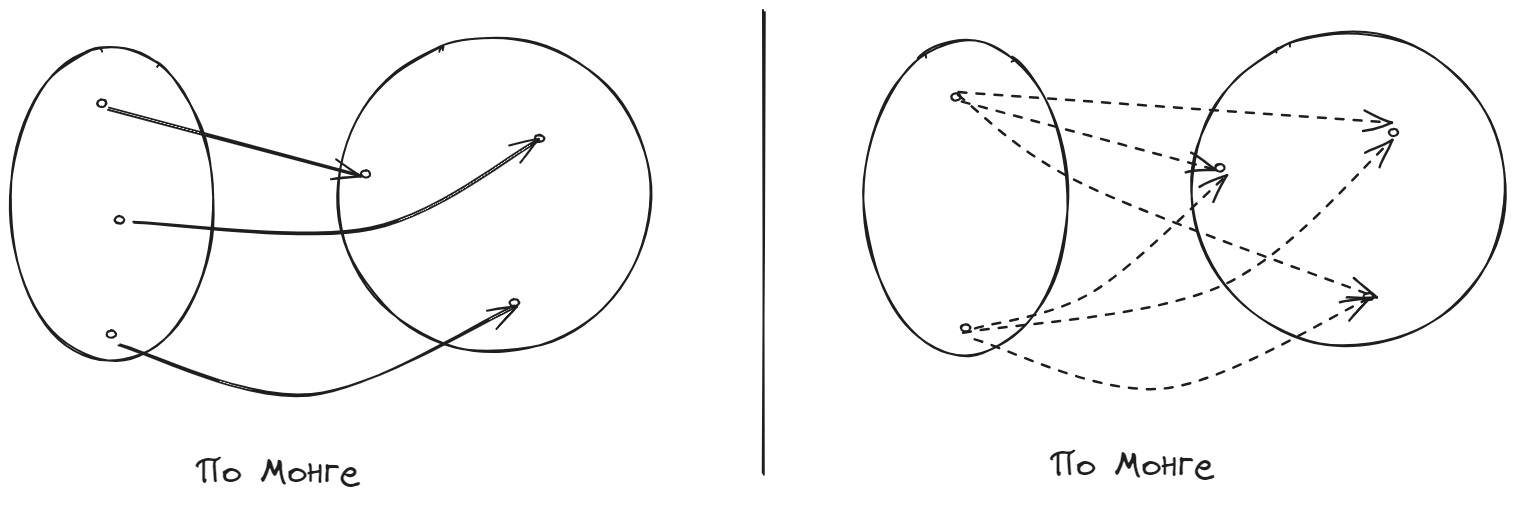
Earlier version of the Excalidraw export diplom/assets/ml/generation/optimal_transport.excalidraw.png (NMashalov/EducationGenerativeModelApplication). Source tidied: one line per element, renumbered; positions are measured from the earlier drawing's top-left corner, leaving out a move shared by most shapes. Source of this version:
```json
{"id": 0, "type": "ellipse", "strokeColor": "#1e1e1e", "strokeWidth": 2, "roughness": 1, "round": true, "x": 0, "y": 36, "width": 204, "height": 314}
{"id": 1, "type": "ellipse", "strokeColor": "#1e1e1e", "strokeWidth": 2, "roughness": 1, "round": true, "x": 87, "y": 89, "width": 9, "height": 7}
{"id": 2, "type": "arrow", "strokeColor": "#1e1e1e", "strokeWidth": 2, "roughness": 1, "endArrowhead": "arrow", "round": true, "from": 1, "x": 98, "y": 98, "width": 254, "height": 68, "points": [[0, 0], [254, 68]]}
{"id": 3, "type": "ellipse", "strokeColor": "#1e1e1e", "strokeWidth": 2, "roughness": 1, "round": true, "x": 328, "y": 27, "width": 314, "height": 314}
{"id": 4, "type": "ellipse", "strokeColor": "#1e1e1e", "strokeWidth": 2, "roughness": 1, "round": true, "x": 351, "y": 160, "width": 9, "height": 7}
{"id": 5, "type": "ellipse", "strokeColor": "#1e1e1e", "strokeWidth": 2, "roughness": 1, "round": true, "x": 97, "y": 320, "width": 9, "height": 7}
{"id": 6, "type": "ellipse", "strokeColor": "#1e1e1e", "strokeWidth": 2, "roughness": 1, "round": true, "x": 525, "y": 124, "width": 9, "height": 7}
{"id": 7, "type": "ellipse", "strokeColor": "#1e1e1e", "strokeWidth": 2, "roughness": 1, "round": true, "x": 105, "y": 205, "width": 9, "height": 7}
{"id": 8, "type": "arrow", "strokeColor": "#1e1e1e", "strokeWidth": 2, "roughness": 1, "endArrowhead": "arrow", "round": true, "from": 7, "x": 123, "y": 212, "width": 407, "height": 90, "points": [[0, 0], [238, 6], [407, -83]]}
{"id": 9, "type": "ellipse", "strokeColor": "#1e1e1e", "strokeWidth": 2, "roughness": 1, "round": true, "x": 500, "y": 288, "width": 9, "height": 7}
{"id": 10, "type": "arrow", "strokeColor": "#1e1e1e", "strokeWidth": 2, "roughness": 1, "endArrowhead": "arrow", "round": true, "from": 5, "x": 110, "y": 335, "width": 396, "height": 90, "points": [[0, 0], [190, 50], [396, -40]]}
{"id": 11, "type": "line", "strokeColor": "#1e1e1e", "strokeWidth": 2, "roughness": 1, "round": true, "x": 754, "y": 0, "width": 0, "height": 463, "points": [[0, 0], [0, 463]]}
{"id": 12, "type": "text", "text": "По Монге", "strokeColor": "#1e1e1e", "strokeWidth": 2, "roughness": 1, "fontSize": 36, "fontFamily": 1, "x": 185, "y": 440, "width": 165, "height": 45}
{"id": 13, "type": "ellipse", "strokeColor": "#1e1e1e", "strokeWidth": 2, "roughness": 1, "round": true, "x": 854, "y": 30, "width": 204, "height": 314}
{"id": 14, "type": "ellipse", "strokeColor": "#1e1e1e", "strokeWidth": 2, "roughness": 1, "round": true, "x": 941, "y": 83, "width": 9, "height": 7}
{"id": 15, "type": "arrow", "strokeColor": "#1e1e1e", "strokeWidth": 2, "strokeStyle": "dashed", "roughness": 1, "endArrowhead": "arrow", "round": true, "from": 14, "x": 953, "y": 92, "width": 254, "height": 68, "points": [[0, 0], [254, 68]]}
{"id": 16, "type": "ellipse", "strokeColor": "#1e1e1e", "strokeWidth": 2, "roughness": 1, "round": true, "x": 1182, "y": 21, "width": 314, "height": 314}
{"id": 17, "type": "ellipse", "strokeColor": "#1e1e1e", "strokeWidth": 2, "roughness": 1, "round": true, "x": 1205, "y": 154, "width": 9, "height": 7}
{"id": 18, "type": "ellipse", "strokeColor": "#1e1e1e", "strokeWidth": 2, "roughness": 1, "round": true, "x": 951, "y": 314, "width": 9, "height": 7}
{"id": 19, "type": "ellipse", "strokeColor": "#1e1e1e", "strokeWidth": 2, "roughness": 1, "round": true, "x": 1379, "y": 118, "width": 9, "height": 7}
{"id": 20, "type": "ellipse", "strokeColor": "#1e1e1e", "strokeWidth": 2, "roughness": 1, "round": true, "x": 1354, "y": 282, "width": 9, "height": 7}
{"id": 21, "type": "arrow", "strokeColor": "#1e1e1e", "strokeWidth": 2, "strokeStyle": "dashed", "roughness": 1, "endArrowhead": "arrow", "round": true, "from": 18, "x": 964, "y": 328, "width": 396, "height": 90, "points": [[0, 0], [190, 50], [396, -40]]}
{"id": 22, "type": "text", "text": "По Монге", "strokeColor": "#1e1e1e", "strokeWidth": 2, "roughness": 1, "fontSize": 36, "fontFamily": 1, "x": 1039, "y": 434, "width": 165, "height": 45}
{"id": 23, "type": "arrow", "strokeColor": "#1e1e1e", "strokeWidth": 2, "strokeStyle": "dashed", "roughness": 1, "endArrowhead": "arrow", "round": true, "from": 14, "to": 19, "x": 948, "y": 81, "width": 433, "height": 31, "points": [[0, 0], [433, 31]]}
{"id": 24, "type": "arrow", "strokeColor": "#1e1e1e", "strokeWidth": 2, "strokeStyle": "dashed", "roughness": 1, "endArrowhead": "arrow", "round": true, "to": 20, "x": 949, "y": 84, "width": 418, "height": 202, "points": [[0, 0], [124, 89], [418, 202]]}
{"id": 25, "type": "arrow", "strokeColor": "#1e1e1e", "strokeWidth": 2, "strokeStyle": "dashed", "roughness": 1, "endArrowhead": "arrow", "round": true, "from": 18, "to": 17, "x": 966, "y": 318, "width": 252, "height": 153, "points": [[0, 0], [118, -36], [252, -153]]}
{"id": 26, "type": "arrow", "strokeColor": "#1e1e1e", "strokeWidth": 2, "strokeStyle": "dashed", "roughness": 1, "endArrowhead": "arrow", "round": true, "from": 18, "to": 19, "x": 954, "y": 323, "width": 427, "height": 194, "points": [[0, 0], [257, -48], [427, -194]]}
```
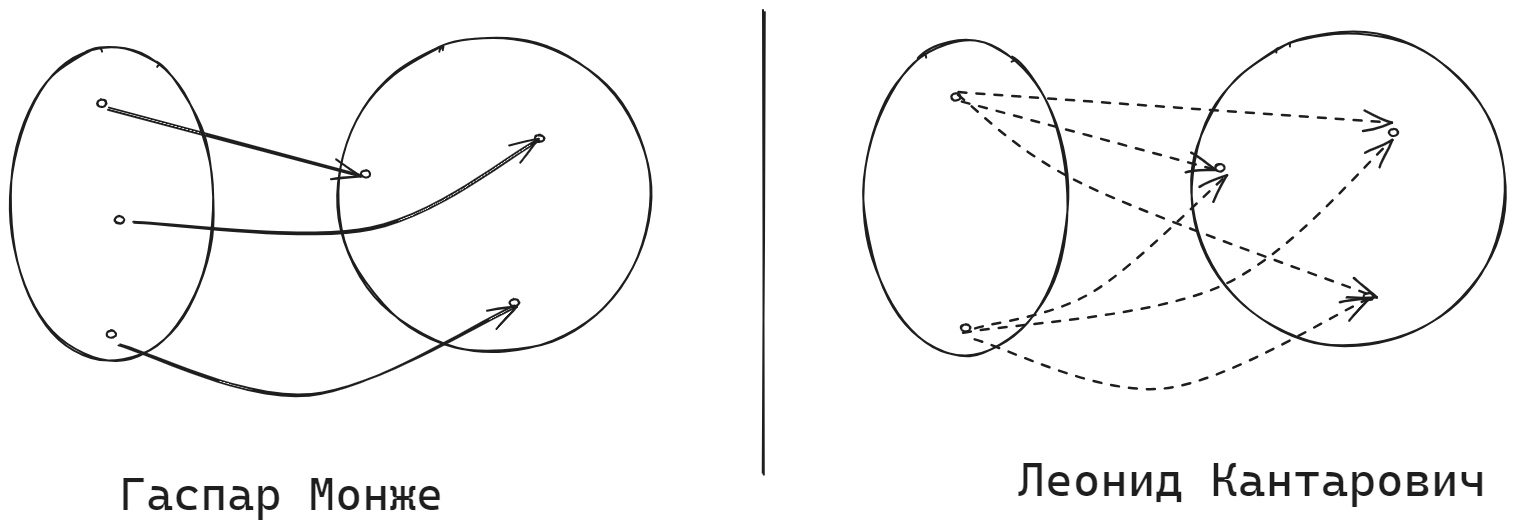
After the commit.

Change to the diagram source:
```diff
@@ -10,7 +10,6 @@
 {"id": 9, "type": "ellipse", "strokeColor": "#1e1e1e", "strokeWidth": 2, "roughness": 1, "round": true, "x": 500, "y": 288, "width": 9, "height": 7}
 {"id": 10, "type": "arrow", "strokeColor": "#1e1e1e", "strokeWidth": 2, "roughness": 1, "endArrowhead": "arrow", "round": true, "from": 5, "x": 110, "y": 335, "width": 396, "height": 90, "points": [[0, 0], [190, 50], [396, -40]]}
 {"id": 11, "type": "line", "strokeColor": "#1e1e1e", "strokeWidth": 2, "roughness": 1, "round": true, "x": 754, "y": 0, "width": 0, "height": 463, "points": [[0, 0], [0, 463]]}
-{"id": 12, "type": "text", "text": "По Монге", "strokeColor": "#1e1e1e", "strokeWidth": 2, "roughness": 1, "fontSize": 36, "fontFamily": 1, "x": 185, "y": 440, "width": 165, "height": 45}
 {"id": 13, "type": "ellipse", "strokeColor": "#1e1e1e", "strokeWidth": 2, "roughness": 1, "round": true, "x": 854, "y": 30, "width": 204, "height": 314}
 {"id": 14, "type": "ellipse", "strokeColor": "#1e1e1e", "strokeWidth": 2, "roughness": 1, "round": true, "x": 941, "y": 83, "width": 9, "height": 7}
 {"id": 15, "type": "arrow", "strokeColor": "#1e1e1e", "strokeWidth": 2, "strokeStyle": "dashed", "roughness": 1, "endArrowhead": "arrow", "round": true, "from": 14, "x": 953, "y": 92, "width": 254, "height": 68, "points": [[0, 0], [254, 68]]}
@@ -20,8 +19,9 @@
 {"id": 19, "type": "ellipse", "strokeColor": "#1e1e1e", "strokeWidth": 2, "roughness": 1, "round": true, "x": 1379, "y": 118, "width": 9, "height": 7}
 {"id": 20, "type": "ellipse", "strokeColor": "#1e1e1e", "strokeWidth": 2, "roughness": 1, "round": true, "x": 1354, "y": 282, "width": 9, "height": 7}
 {"id": 21, "type": "arrow", "strokeColor": "#1e1e1e", "strokeWidth": 2, "strokeStyle": "dashed", "roughness": 1, "endArrowhead": "arrow", "round": true, "from": 18, "x": 964, "y": 328, "width": 396, "height": 90, "points": [[0, 0], [190, 50], [396, -40]]}
-{"id": 22, "type": "text", "text": "По Монге", "strokeColor": "#1e1e1e", "strokeWidth": 2, "roughness": 1, "fontSize": 36, "fontFamily": 1, "x": 1039, "y": 434, "width": 165, "height": 45}
 {"id": 23, "type": "arrow", "strokeColor": "#1e1e1e", "strokeWidth": 2, "strokeStyle": "dashed", "roughness": 1, "endArrowhead": "arrow", "round": true, "from": 14, "to": 19, "x": 948, "y": 81, "width": 433, "height": 31, "points": [[0, 0], [433, 31]]}
 {"id": 24, "type": "arrow", "strokeColor": "#1e1e1e", "strokeWidth": 2, "strokeStyle": "dashed", "roughness": 1, "endArrowhead": "arrow", "round": true, "to": 20, "x": 949, "y": 84, "width": 418, "height": 202, "points": [[0, 0], [124, 89], [418, 202]]}
 {"id": 25, "type": "arrow", "strokeColor": "#1e1e1e", "strokeWidth": 2, "strokeStyle": "dashed", "roughness": 1, "endArrowhead": "arrow", "round": true, "from": 18, "to": 17, "x": 966, "y": 318, "width": 252, "height": 153, "points": [[0, 0], [118, -36], [252, -153]]}
 {"id": 26, "type": "arrow", "strokeColor": "#1e1e1e", "strokeWidth": 2, "strokeStyle": "dashed", "roughness": 1, "endArrowhead": "arrow", "round": true, "from": 18, "to": 19, "x": 954, "y": 323, "width": 427, "height": 194, "points": [[0, 0], [257, -48], [427, -194]]}
+{"id": 27, "type": "text", "text": "Гаспар Монже", "strokeColor": "#1e1e1e", "strokeWidth": 2, "roughness": 1, "fontSize": 46.06, "fontFamily": 3, "x": 109, "y": 455, "width": 324, "height": 55}
+{"id": 28, "type": "text", "text": "Леонид Кантарович", "strokeColor": "#1e1e1e", "strokeWidth": 2, "roughness": 1, "fontSize": 47.06, "fontFamily": 3, "x": 1008, "y": 440, "width": 469, "height": 56}
```
